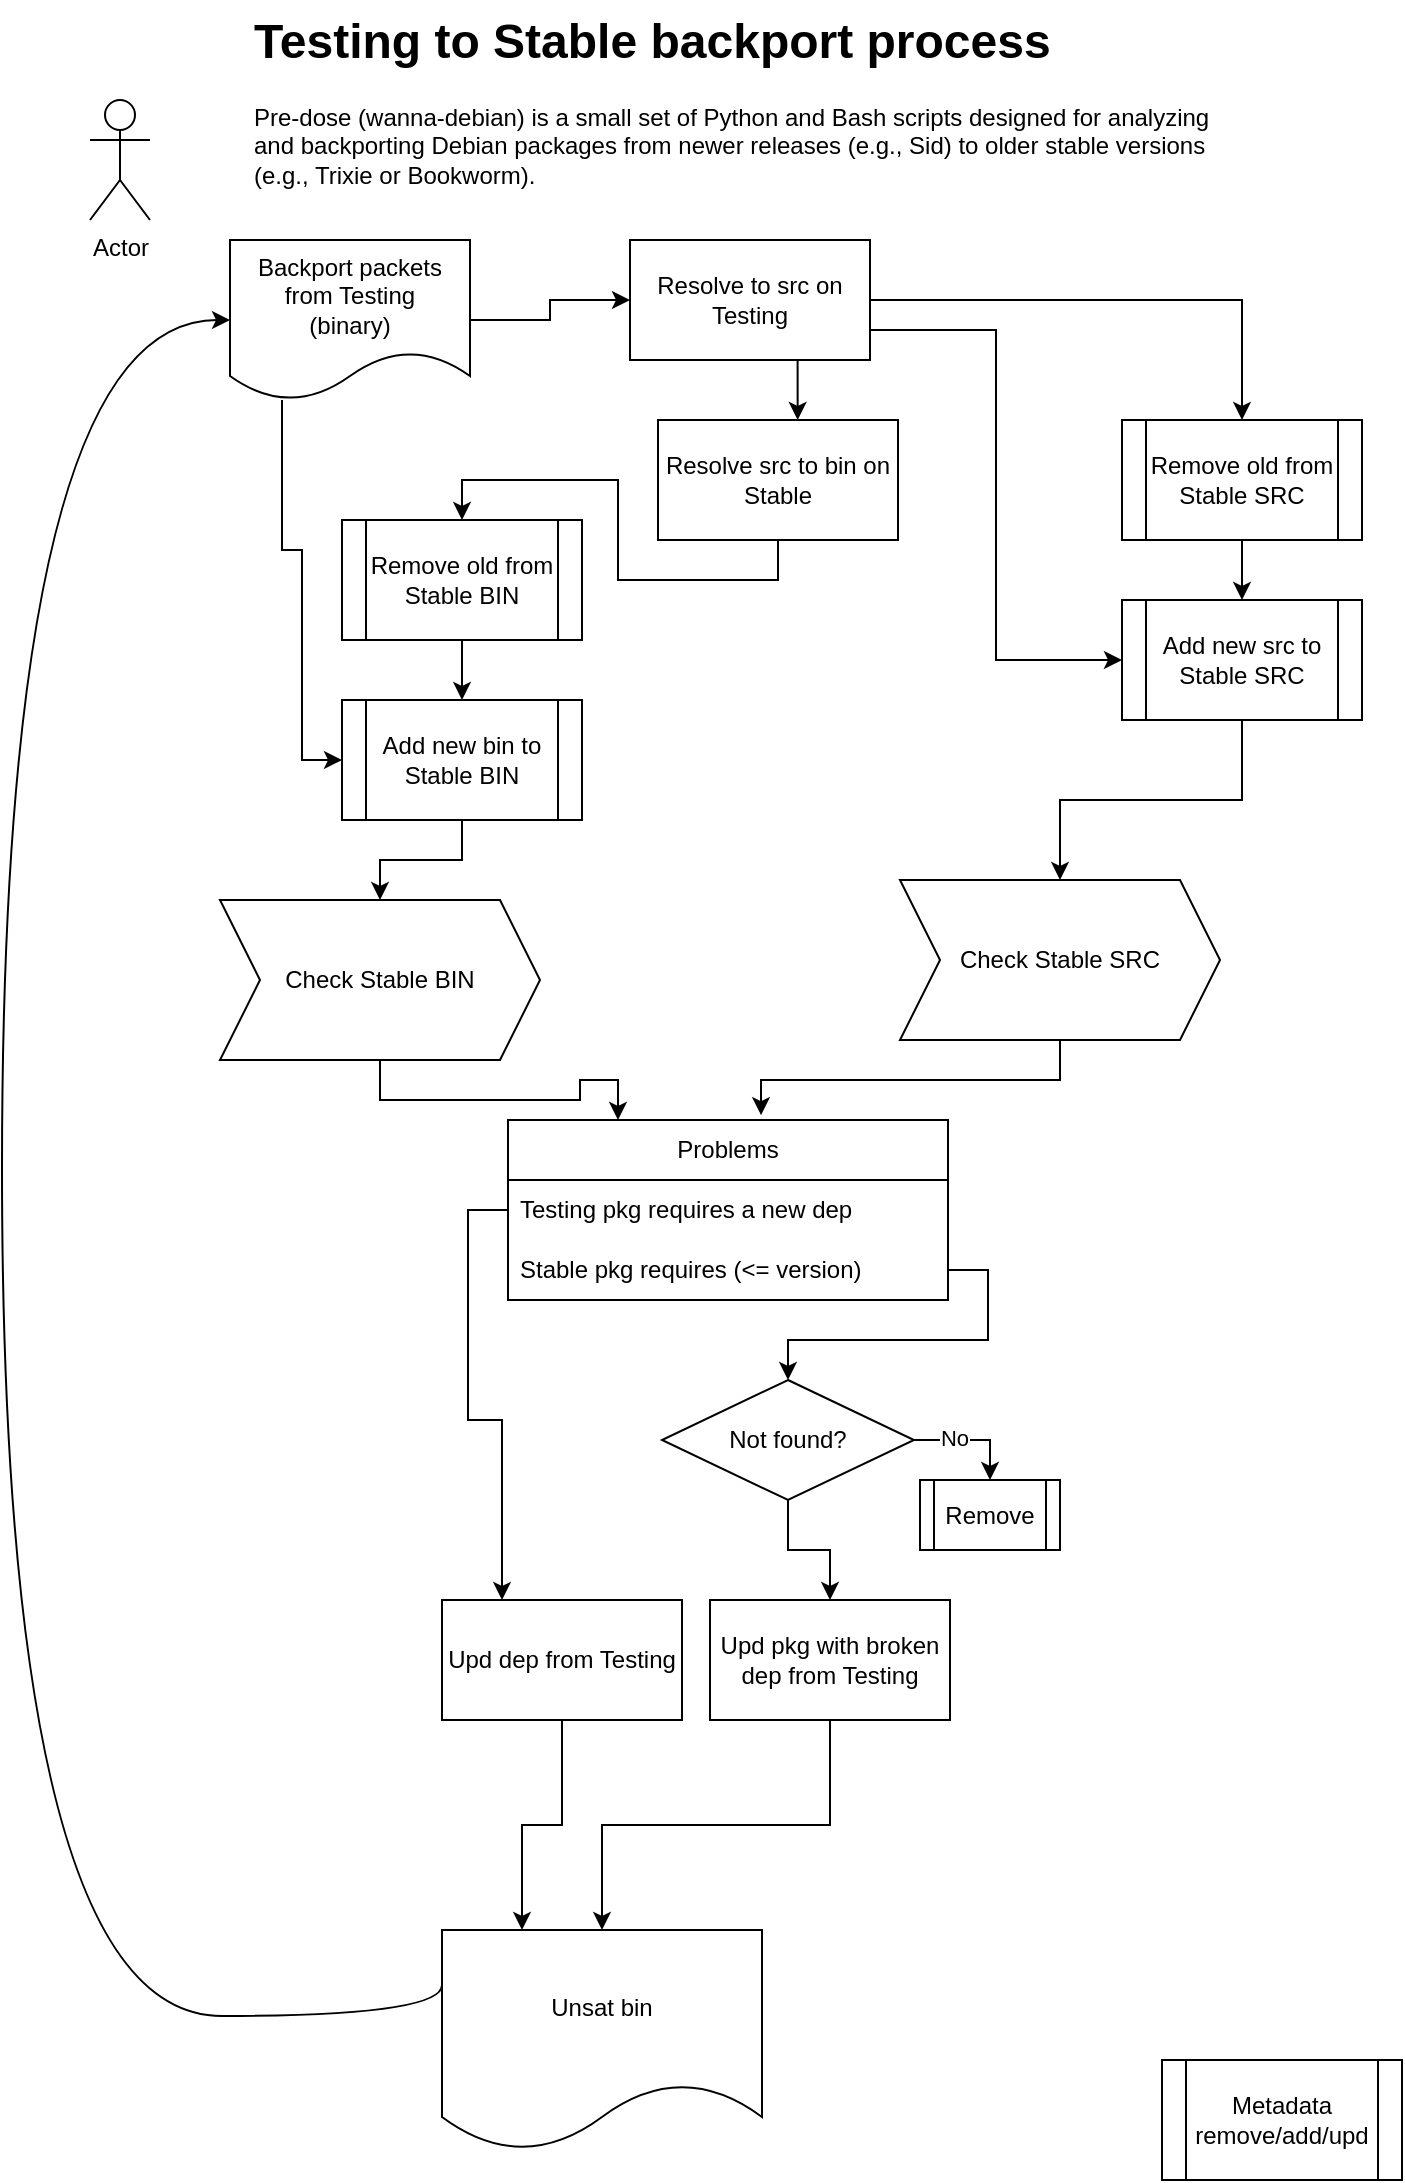
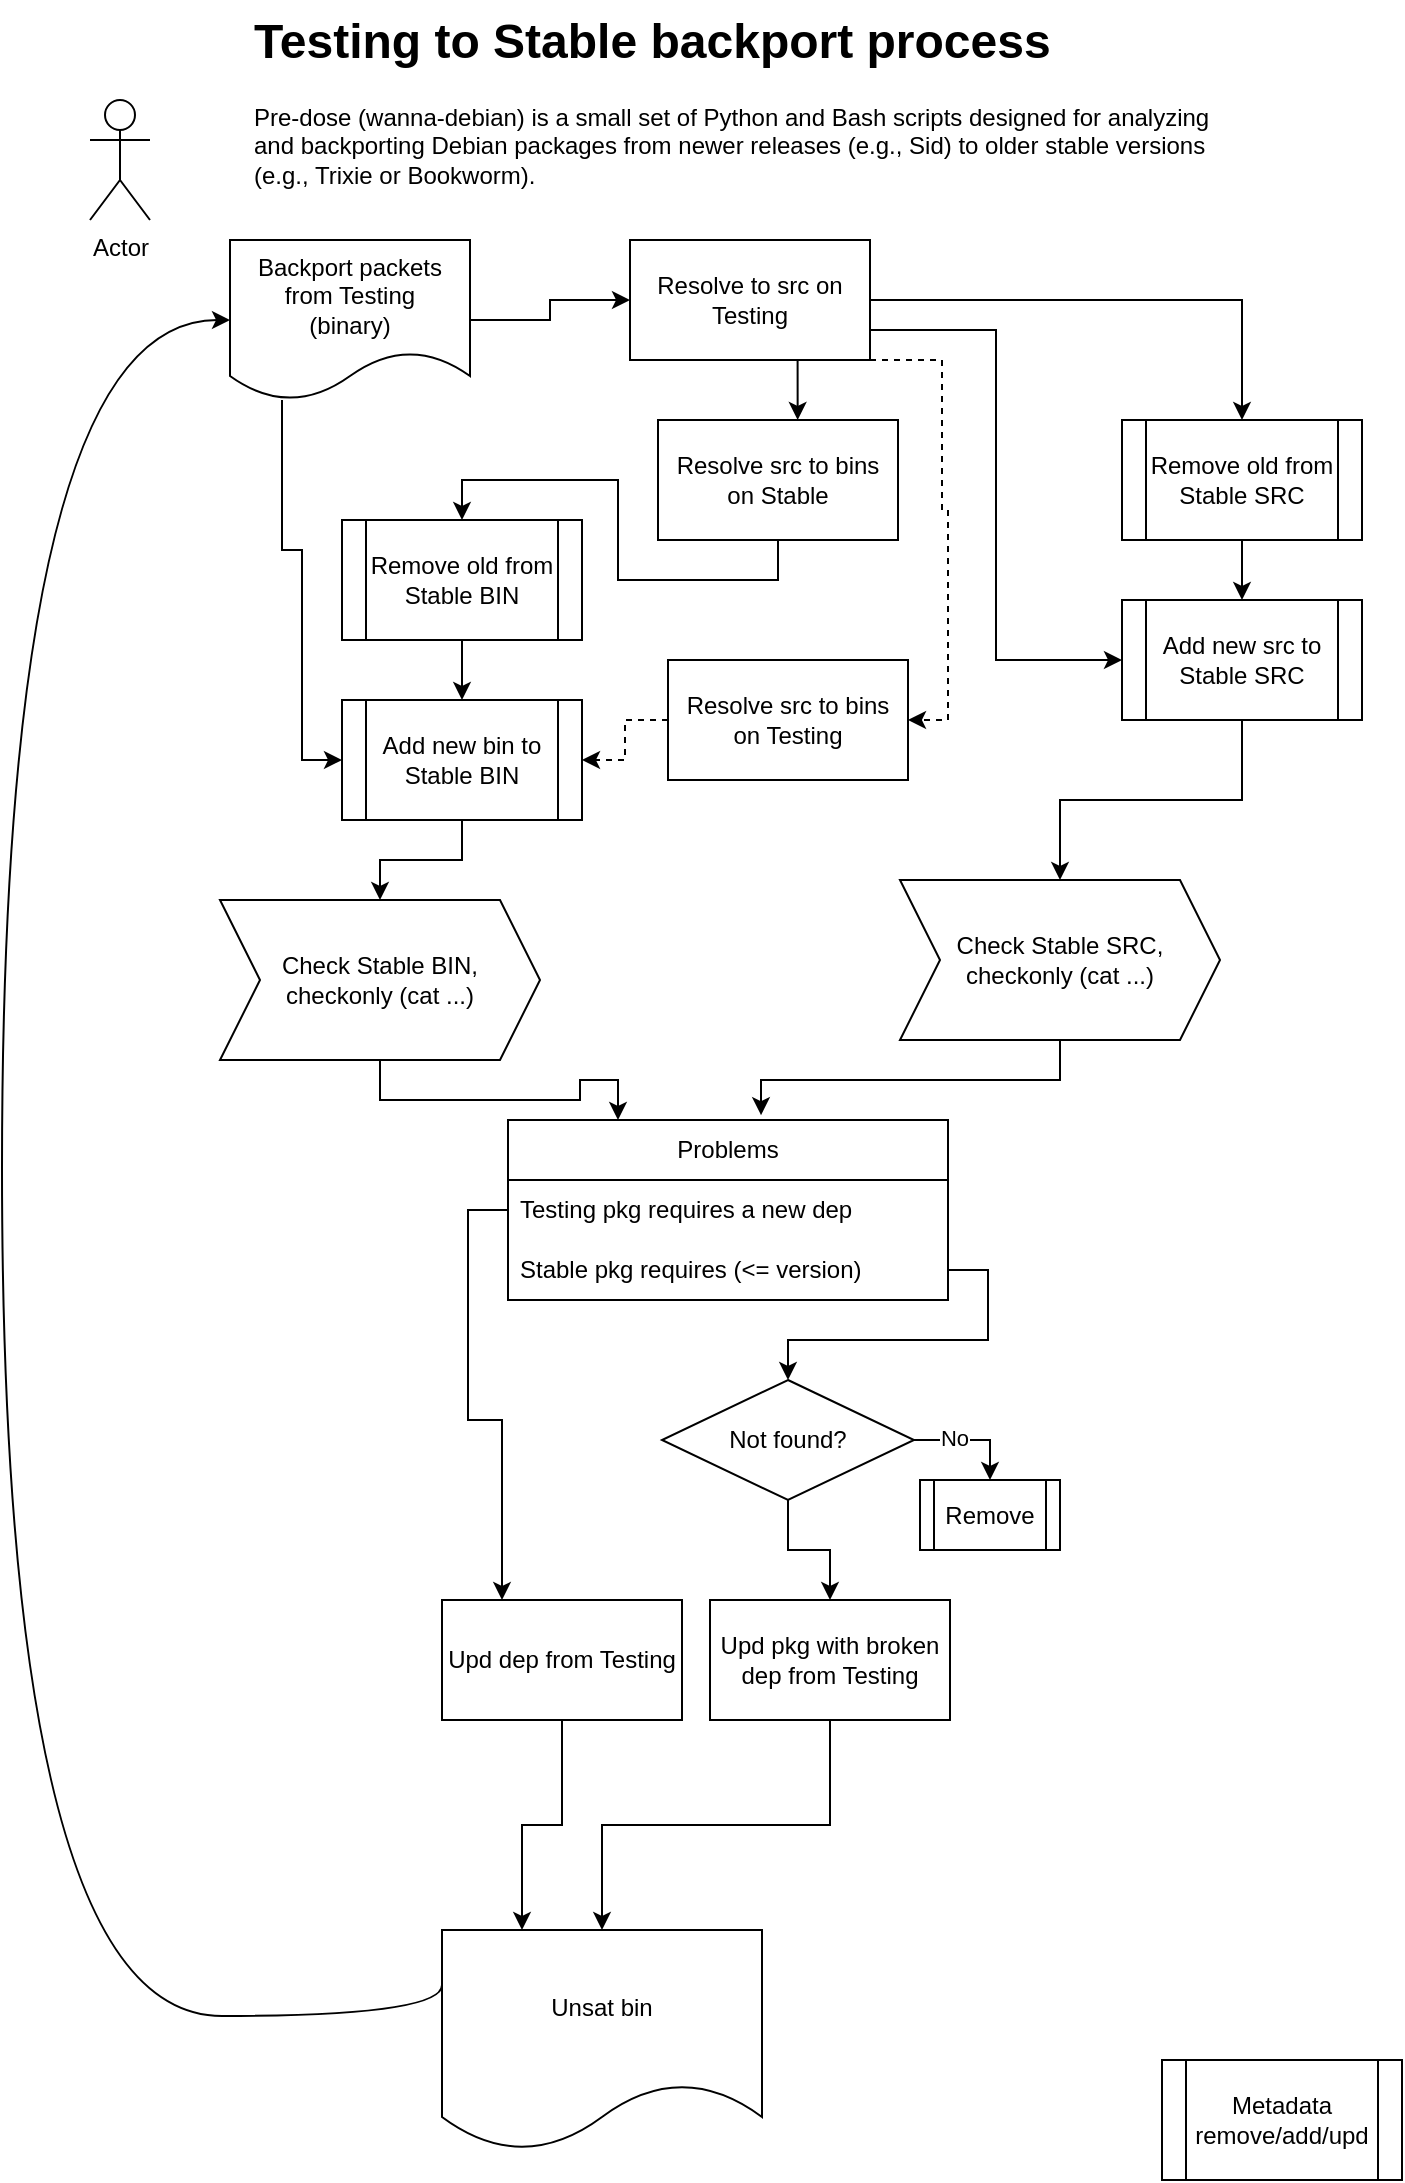
<mxfile host="Electron">
  <diagram id="C5RBs43oDa-KdzZeNtuy" name="Page-1">
-     <mxGraphModel dx="1086" dy="648" grid="1" gridSize="10" guides="1" tooltips="1" connect="1" arrows="1" fold="1" page="1" pageScale="1" pageWidth="827" pageHeight="1169" math="0" shadow="0">
+     <mxGraphModel dx="1284" dy="765" grid="1" gridSize="10" guides="1" tooltips="1" connect="1" arrows="1" fold="1" page="1" pageScale="1" pageWidth="827" pageHeight="1169" math="0" shadow="0">
      <root>
        <mxCell id="WIyWlLk6GJQsqaUBKTNV-0" />
        <mxCell id="WIyWlLk6GJQsqaUBKTNV-1" parent="WIyWlLk6GJQsqaUBKTNV-0" />
        <mxCell id="jdkO46tf3qpjO2ybV3Zm-0" parent="WIyWlLk6GJQsqaUBKTNV-1" style="shape=umlActor;verticalLabelPosition=bottom;verticalAlign=top;html=1;outlineConnect=0;" value="Actor" vertex="1">
          <mxGeometry height="60" width="30" x="94" y="80" as="geometry" />
        </mxCell>
        <mxCell id="jdkO46tf3qpjO2ybV3Zm-3" edge="1" parent="WIyWlLk6GJQsqaUBKTNV-1" source="jdkO46tf3qpjO2ybV3Zm-1" style="edgeStyle=orthogonalEdgeStyle;rounded=0;orthogonalLoop=1;jettySize=auto;html=1;entryX=0;entryY=0.5;entryDx=0;entryDy=0;" target="jdkO46tf3qpjO2ybV3Zm-2">
          <mxGeometry relative="1" as="geometry" />
        </mxCell>
        <mxCell id="4IcmTThSWF4IWx9KLtXi-7" edge="1" parent="WIyWlLk6GJQsqaUBKTNV-1" source="jdkO46tf3qpjO2ybV3Zm-1" style="edgeStyle=orthogonalEdgeStyle;rounded=0;orthogonalLoop=1;jettySize=auto;html=1;entryX=0;entryY=0.5;entryDx=0;entryDy=0;" target="jdkO46tf3qpjO2ybV3Zm-13">
          <mxGeometry relative="1" as="geometry">
            <Array as="points">
              <mxPoint x="190" y="305" />
              <mxPoint x="200" y="305" />
              <mxPoint x="200" y="410" />
            </Array>
          </mxGeometry>
        </mxCell>
        <mxCell id="jdkO46tf3qpjO2ybV3Zm-1" parent="WIyWlLk6GJQsqaUBKTNV-1" style="shape=document;whiteSpace=wrap;html=1;boundedLbl=1;" value="Backport packets from Testing&lt;br&gt;(binary)" vertex="1">
          <mxGeometry height="80" width="120" x="164" y="150" as="geometry" />
        </mxCell>
        <mxCell id="jdkO46tf3qpjO2ybV3Zm-6" edge="1" parent="WIyWlLk6GJQsqaUBKTNV-1" source="jdkO46tf3qpjO2ybV3Zm-2" style="edgeStyle=orthogonalEdgeStyle;rounded=0;orthogonalLoop=1;jettySize=auto;html=1;entryX=0.5;entryY=0;entryDx=0;entryDy=0;" target="jdkO46tf3qpjO2ybV3Zm-5">
          <mxGeometry relative="1" as="geometry" />
        </mxCell>
+         <mxCell id="K2joIcQUg46PM5A2mCq8-2" edge="1" parent="WIyWlLk6GJQsqaUBKTNV-1" source="jdkO46tf3qpjO2ybV3Zm-2" style="edgeStyle=orthogonalEdgeStyle;rounded=0;orthogonalLoop=1;jettySize=auto;html=1;exitX=1;exitY=1;exitDx=0;exitDy=0;entryX=1;entryY=0.5;entryDx=0;entryDy=0;dashed=1;" target="K2joIcQUg46PM5A2mCq8-0">
+           <mxGeometry relative="1" as="geometry">
+             <Array as="points">
+               <mxPoint x="520" y="210" />
+               <mxPoint x="520" y="285" />
+               <mxPoint x="523" y="285" />
+               <mxPoint x="523" y="390" />
+             </Array>
+           </mxGeometry>
+         </mxCell>
        <mxCell id="jdkO46tf3qpjO2ybV3Zm-2" parent="WIyWlLk6GJQsqaUBKTNV-1" style="rounded=0;whiteSpace=wrap;html=1;" value="Resolve to src on Testing" vertex="1">
          <mxGeometry height="60" width="120" x="364" y="150" as="geometry" />
        </mxCell>
        <mxCell id="jdkO46tf3qpjO2ybV3Zm-17" edge="1" parent="WIyWlLk6GJQsqaUBKTNV-1" source="jdkO46tf3qpjO2ybV3Zm-5" style="edgeStyle=orthogonalEdgeStyle;rounded=0;orthogonalLoop=1;jettySize=auto;html=1;entryX=0.5;entryY=0;entryDx=0;entryDy=0;" target="jdkO46tf3qpjO2ybV3Zm-16">
          <mxGeometry relative="1" as="geometry" />
        </mxCell>
        <mxCell id="jdkO46tf3qpjO2ybV3Zm-5" parent="WIyWlLk6GJQsqaUBKTNV-1" style="shape=process;whiteSpace=wrap;html=1;backgroundOutline=1;" value="Remove old from Stable SRC" vertex="1">
          <mxGeometry height="60" width="120" x="610" y="240" as="geometry" />
        </mxCell>
        <mxCell id="jdkO46tf3qpjO2ybV3Zm-10" edge="1" parent="WIyWlLk6GJQsqaUBKTNV-1" source="jdkO46tf3qpjO2ybV3Zm-7" style="edgeStyle=orthogonalEdgeStyle;rounded=0;orthogonalLoop=1;jettySize=auto;html=1;entryX=0.5;entryY=0;entryDx=0;entryDy=0;exitX=0.5;exitY=1;exitDx=0;exitDy=0;" target="jdkO46tf3qpjO2ybV3Zm-9">
          <mxGeometry relative="1" as="geometry" />
        </mxCell>
        <mxCell id="jdkO46tf3qpjO2ybV3Zm-18" edge="1" parent="WIyWlLk6GJQsqaUBKTNV-1" source="jdkO46tf3qpjO2ybV3Zm-2" style="edgeStyle=orthogonalEdgeStyle;rounded=0;orthogonalLoop=1;jettySize=auto;html=1;entryX=0;entryY=0.5;entryDx=0;entryDy=0;exitX=1;exitY=0.75;exitDx=0;exitDy=0;" target="jdkO46tf3qpjO2ybV3Zm-16">
          <mxGeometry relative="1" as="geometry">
            <mxPoint x="484" y="200" as="sourcePoint" />
          </mxGeometry>
        </mxCell>
-         <mxCell id="jdkO46tf3qpjO2ybV3Zm-7" parent="WIyWlLk6GJQsqaUBKTNV-1" style="rounded=0;whiteSpace=wrap;html=1;" value="Resolve src to bin on Stable" vertex="1">
+         <mxCell id="jdkO46tf3qpjO2ybV3Zm-7" parent="WIyWlLk6GJQsqaUBKTNV-1" style="rounded=0;whiteSpace=wrap;html=1;" value="Resolve src to bins on Stable" vertex="1">
          <mxGeometry height="60" width="120" x="378" y="240" as="geometry" />
        </mxCell>
        <mxCell id="jdkO46tf3qpjO2ybV3Zm-8" edge="1" parent="WIyWlLk6GJQsqaUBKTNV-1" source="jdkO46tf3qpjO2ybV3Zm-2" style="edgeStyle=orthogonalEdgeStyle;rounded=0;orthogonalLoop=1;jettySize=auto;html=1;exitX=0.75;exitY=1;exitDx=0;exitDy=0;entryX=0.582;entryY=0;entryDx=0;entryDy=0;entryPerimeter=0;" target="jdkO46tf3qpjO2ybV3Zm-7">
          <mxGeometry relative="1" as="geometry" />
        </mxCell>
        <mxCell id="jdkO46tf3qpjO2ybV3Zm-14" edge="1" parent="WIyWlLk6GJQsqaUBKTNV-1" source="jdkO46tf3qpjO2ybV3Zm-9" style="edgeStyle=orthogonalEdgeStyle;rounded=0;orthogonalLoop=1;jettySize=auto;html=1;entryX=0.5;entryY=0;entryDx=0;entryDy=0;" target="jdkO46tf3qpjO2ybV3Zm-13">
          <mxGeometry relative="1" as="geometry" />
        </mxCell>
        <mxCell id="jdkO46tf3qpjO2ybV3Zm-9" parent="WIyWlLk6GJQsqaUBKTNV-1" style="shape=process;whiteSpace=wrap;html=1;backgroundOutline=1;" value="Remove old from Stable BIN" vertex="1">
          <mxGeometry height="60" width="120" x="220" y="290" as="geometry" />
        </mxCell>
        <mxCell id="jdkO46tf3qpjO2ybV3Zm-49" edge="1" parent="WIyWlLk6GJQsqaUBKTNV-1" source="jdkO46tf3qpjO2ybV3Zm-11" style="edgeStyle=orthogonalEdgeStyle;rounded=0;orthogonalLoop=1;jettySize=auto;html=1;entryX=0.575;entryY=-0.027;entryDx=0;entryDy=0;entryPerimeter=0;" target="jdkO46tf3qpjO2ybV3Zm-28">
          <mxGeometry relative="1" as="geometry">
            <mxPoint x="579" y="580" as="targetPoint" />
          </mxGeometry>
        </mxCell>
-         <mxCell id="jdkO46tf3qpjO2ybV3Zm-11" parent="WIyWlLk6GJQsqaUBKTNV-1" style="shape=step;perimeter=stepPerimeter;whiteSpace=wrap;html=1;fixedSize=1;" value="Check Stable SRC" vertex="1">
+         <mxCell id="jdkO46tf3qpjO2ybV3Zm-11" parent="WIyWlLk6GJQsqaUBKTNV-1" style="shape=step;perimeter=stepPerimeter;whiteSpace=wrap;html=1;fixedSize=1;" value="Check Stable SRC,&lt;br&gt;checkonly (cat ...)" vertex="1">
          <mxGeometry height="80" width="160" x="499" y="470" as="geometry" />
        </mxCell>
        <mxCell id="jdkO46tf3qpjO2ybV3Zm-36" edge="1" parent="WIyWlLk6GJQsqaUBKTNV-1" source="jdkO46tf3qpjO2ybV3Zm-12" style="edgeStyle=orthogonalEdgeStyle;rounded=0;orthogonalLoop=1;jettySize=auto;html=1;entryX=0.25;entryY=0;entryDx=0;entryDy=0;" target="jdkO46tf3qpjO2ybV3Zm-28">
          <mxGeometry relative="1" as="geometry" />
        </mxCell>
-         <mxCell id="jdkO46tf3qpjO2ybV3Zm-12" parent="WIyWlLk6GJQsqaUBKTNV-1" style="shape=step;perimeter=stepPerimeter;whiteSpace=wrap;html=1;fixedSize=1;" value="Check Stable BIN" vertex="1">
+         <mxCell id="jdkO46tf3qpjO2ybV3Zm-12" parent="WIyWlLk6GJQsqaUBKTNV-1" style="shape=step;perimeter=stepPerimeter;whiteSpace=wrap;html=1;fixedSize=1;" value="Check Stable BIN,&lt;br&gt;checkonly (cat ...)" vertex="1">
          <mxGeometry height="80" width="160" x="159" y="480" as="geometry" />
        </mxCell>
        <mxCell id="jdkO46tf3qpjO2ybV3Zm-19" edge="1" parent="WIyWlLk6GJQsqaUBKTNV-1" source="jdkO46tf3qpjO2ybV3Zm-13" style="edgeStyle=orthogonalEdgeStyle;rounded=0;orthogonalLoop=1;jettySize=auto;html=1;entryX=0.5;entryY=0;entryDx=0;entryDy=0;" target="jdkO46tf3qpjO2ybV3Zm-12">
          <mxGeometry relative="1" as="geometry" />
        </mxCell>
        <mxCell id="jdkO46tf3qpjO2ybV3Zm-13" parent="WIyWlLk6GJQsqaUBKTNV-1" style="shape=process;whiteSpace=wrap;html=1;backgroundOutline=1;" value="Add new bin to Stable BIN" vertex="1">
          <mxGeometry height="60" width="120" x="220" y="380" as="geometry" />
        </mxCell>
        <mxCell id="jdkO46tf3qpjO2ybV3Zm-20" edge="1" parent="WIyWlLk6GJQsqaUBKTNV-1" source="jdkO46tf3qpjO2ybV3Zm-16" style="edgeStyle=orthogonalEdgeStyle;rounded=0;orthogonalLoop=1;jettySize=auto;html=1;" target="jdkO46tf3qpjO2ybV3Zm-11">
          <mxGeometry relative="1" as="geometry" />
        </mxCell>
        <mxCell id="jdkO46tf3qpjO2ybV3Zm-16" parent="WIyWlLk6GJQsqaUBKTNV-1" style="shape=process;whiteSpace=wrap;html=1;backgroundOutline=1;" value="Add new src to Stable SRC" vertex="1">
          <mxGeometry height="60" width="120" x="610" y="330" as="geometry" />
        </mxCell>
        <mxCell id="jdkO46tf3qpjO2ybV3Zm-28" parent="WIyWlLk6GJQsqaUBKTNV-1" style="swimlane;fontStyle=0;childLayout=stackLayout;horizontal=1;startSize=30;horizontalStack=0;resizeParent=1;resizeParentMax=0;resizeLast=0;collapsible=1;marginBottom=0;whiteSpace=wrap;html=1;" value="Problems" vertex="1">
          <mxGeometry height="90" width="220" x="303" y="590" as="geometry">
            <mxRectangle height="30" width="90" x="500" y="830" as="alternateBounds" />
          </mxGeometry>
        </mxCell>
        <mxCell id="jdkO46tf3qpjO2ybV3Zm-29" parent="jdkO46tf3qpjO2ybV3Zm-28" style="text;strokeColor=none;fillColor=none;align=left;verticalAlign=middle;spacingLeft=4;spacingRight=4;overflow=hidden;points=[[0,0.5],[1,0.5]];portConstraint=eastwest;rotatable=0;whiteSpace=wrap;html=1;" value="Testing pkg requires a new dep" vertex="1">
          <mxGeometry height="30" width="220" y="30" as="geometry" />
        </mxCell>
        <mxCell id="jdkO46tf3qpjO2ybV3Zm-30" parent="jdkO46tf3qpjO2ybV3Zm-28" style="text;strokeColor=none;fillColor=none;align=left;verticalAlign=middle;spacingLeft=4;spacingRight=4;overflow=hidden;points=[[0,0.5],[1,0.5]];portConstraint=eastwest;rotatable=0;whiteSpace=wrap;html=1;" value="Stable pkg requires (&amp;lt;= version)" vertex="1">
          <mxGeometry height="30" width="220" y="60" as="geometry" />
        </mxCell>
        <mxCell id="jdkO46tf3qpjO2ybV3Zm-53" edge="1" parent="WIyWlLk6GJQsqaUBKTNV-1" source="jdkO46tf3qpjO2ybV3Zm-33" style="edgeStyle=orthogonalEdgeStyle;rounded=0;orthogonalLoop=1;jettySize=auto;html=1;entryX=0.25;entryY=0;entryDx=0;entryDy=0;" target="jdkO46tf3qpjO2ybV3Zm-35">
          <mxGeometry relative="1" as="geometry" />
        </mxCell>
        <mxCell id="jdkO46tf3qpjO2ybV3Zm-33" parent="WIyWlLk6GJQsqaUBKTNV-1" style="rounded=0;whiteSpace=wrap;html=1;" value="Upd dep from Testing" vertex="1">
          <mxGeometry height="60" width="120" x="270" y="830" as="geometry" />
        </mxCell>
        <mxCell id="jdkO46tf3qpjO2ybV3Zm-54" edge="1" parent="WIyWlLk6GJQsqaUBKTNV-1" source="jdkO46tf3qpjO2ybV3Zm-34" style="edgeStyle=orthogonalEdgeStyle;rounded=0;orthogonalLoop=1;jettySize=auto;html=1;entryX=0.5;entryY=0;entryDx=0;entryDy=0;" target="jdkO46tf3qpjO2ybV3Zm-35">
          <mxGeometry relative="1" as="geometry" />
        </mxCell>
        <mxCell id="jdkO46tf3qpjO2ybV3Zm-34" parent="WIyWlLk6GJQsqaUBKTNV-1" style="rounded=0;whiteSpace=wrap;html=1;" value="Upd pkg with broken dep from Testing" vertex="1">
          <mxGeometry height="60" width="120" x="404" y="830" as="geometry" />
        </mxCell>
        <mxCell id="jdkO46tf3qpjO2ybV3Zm-52" edge="1" parent="WIyWlLk6GJQsqaUBKTNV-1" source="jdkO46tf3qpjO2ybV3Zm-35" style="edgeStyle=orthogonalEdgeStyle;rounded=0;orthogonalLoop=1;jettySize=auto;html=1;curved=1;entryX=0;entryY=0.5;entryDx=0;entryDy=0;exitX=0;exitY=0.25;exitDx=0;exitDy=0;" target="jdkO46tf3qpjO2ybV3Zm-1">
          <mxGeometry relative="1" as="geometry">
            <Array as="points">
              <mxPoint x="50" y="1038" />
              <mxPoint x="50" y="190" />
            </Array>
            <mxPoint x="70" y="190" as="targetPoint" />
          </mxGeometry>
        </mxCell>
        <mxCell id="jdkO46tf3qpjO2ybV3Zm-35" parent="WIyWlLk6GJQsqaUBKTNV-1" style="shape=document;whiteSpace=wrap;html=1;boundedLbl=1;" value="Unsat bin" vertex="1">
          <mxGeometry height="110" width="160" x="270" y="995" as="geometry" />
        </mxCell>
        <mxCell id="jdkO46tf3qpjO2ybV3Zm-37" parent="WIyWlLk6GJQsqaUBKTNV-1" style="text;html=1;whiteSpace=wrap;overflow=hidden;rounded=0;" value="&lt;h1 style=&quot;margin-top: 0px;&quot;&gt;Testing to Stable backport process&lt;/h1&gt;&lt;p&gt;Pre-dose (wanna-debian) is a small set of Python and Bash scripts designed for analyzing and backporting Debian packages from&amp;nbsp;&lt;span style=&quot;background-color: transparent; color: light-dark(rgb(0, 0, 0), rgb(255, 255, 255));&quot;&gt;newer releases (e.g., Sid) to older stable versions (e.g., Trixie or Bookworm).&lt;/span&gt;&lt;/p&gt;" vertex="1">
          <mxGeometry height="120" width="500" x="174" y="30" as="geometry" />
        </mxCell>
        <mxCell id="jdkO46tf3qpjO2ybV3Zm-43" edge="1" parent="WIyWlLk6GJQsqaUBKTNV-1" source="jdkO46tf3qpjO2ybV3Zm-29" style="edgeStyle=orthogonalEdgeStyle;rounded=0;orthogonalLoop=1;jettySize=auto;html=1;entryX=0.25;entryY=0;entryDx=0;entryDy=0;" target="jdkO46tf3qpjO2ybV3Zm-33">
          <mxGeometry relative="1" as="geometry" />
        </mxCell>
        <mxCell id="jdkO46tf3qpjO2ybV3Zm-44" edge="1" parent="WIyWlLk6GJQsqaUBKTNV-1" source="jdkO46tf3qpjO2ybV3Zm-30" style="edgeStyle=orthogonalEdgeStyle;rounded=0;orthogonalLoop=1;jettySize=auto;html=1;entryX=0.5;entryY=0;entryDx=0;entryDy=0;" target="4IcmTThSWF4IWx9KLtXi-3">
          <mxGeometry relative="1" as="geometry">
            <mxPoint x="500" y="750" as="targetPoint" />
          </mxGeometry>
        </mxCell>
        <mxCell id="jdkO46tf3qpjO2ybV3Zm-61" parent="WIyWlLk6GJQsqaUBKTNV-1" style="shape=process;whiteSpace=wrap;html=1;backgroundOutline=1;" value="Remove" vertex="1">
          <mxGeometry height="35" width="70" x="509" y="770" as="geometry" />
        </mxCell>
        <mxCell id="4IcmTThSWF4IWx9KLtXi-4" edge="1" parent="WIyWlLk6GJQsqaUBKTNV-1" source="4IcmTThSWF4IWx9KLtXi-3" style="edgeStyle=orthogonalEdgeStyle;rounded=0;orthogonalLoop=1;jettySize=auto;html=1;exitX=1;exitY=0.5;exitDx=0;exitDy=0;entryX=0.5;entryY=0;entryDx=0;entryDy=0;" target="jdkO46tf3qpjO2ybV3Zm-61">
          <mxGeometry relative="1" as="geometry" />
        </mxCell>
        <mxCell id="4IcmTThSWF4IWx9KLtXi-5" connectable="0" parent="4IcmTThSWF4IWx9KLtXi-4" style="edgeLabel;html=1;align=center;verticalAlign=middle;resizable=0;points=[];" value="No" vertex="1">
          <mxGeometry relative="1" x="-0.3169" y="1" as="geometry">
            <mxPoint as="offset" />
          </mxGeometry>
        </mxCell>
        <mxCell id="4IcmTThSWF4IWx9KLtXi-6" edge="1" parent="WIyWlLk6GJQsqaUBKTNV-1" source="4IcmTThSWF4IWx9KLtXi-3" style="edgeStyle=orthogonalEdgeStyle;rounded=0;orthogonalLoop=1;jettySize=auto;html=1;exitX=0.5;exitY=1;exitDx=0;exitDy=0;entryX=0.5;entryY=0;entryDx=0;entryDy=0;" target="jdkO46tf3qpjO2ybV3Zm-34">
          <mxGeometry relative="1" as="geometry" />
        </mxCell>
        <mxCell id="4IcmTThSWF4IWx9KLtXi-3" parent="WIyWlLk6GJQsqaUBKTNV-1" style="rhombus;whiteSpace=wrap;html=1;" value="Not found?" vertex="1">
          <mxGeometry height="60" width="126" x="380" y="720" as="geometry" />
        </mxCell>
        <mxCell id="4IcmTThSWF4IWx9KLtXi-9" parent="WIyWlLk6GJQsqaUBKTNV-1" style="shape=process;whiteSpace=wrap;html=1;backgroundOutline=1;" value="Metadata remove/add/upd" vertex="1">
          <mxGeometry height="60" width="120" x="630" y="1060" as="geometry" />
        </mxCell>
+         <mxCell id="K2joIcQUg46PM5A2mCq8-1" edge="1" parent="WIyWlLk6GJQsqaUBKTNV-1" source="K2joIcQUg46PM5A2mCq8-0" style="edgeStyle=orthogonalEdgeStyle;rounded=0;orthogonalLoop=1;jettySize=auto;html=1;entryX=1;entryY=0.5;entryDx=0;entryDy=0;dashed=1;" target="jdkO46tf3qpjO2ybV3Zm-13">
+           <mxGeometry relative="1" as="geometry" />
+         </mxCell>
+         <mxCell id="K2joIcQUg46PM5A2mCq8-0" parent="WIyWlLk6GJQsqaUBKTNV-1" style="rounded=0;whiteSpace=wrap;html=1;" value="Resolve src to bins on Testing" vertex="1">
+           <mxGeometry height="60" width="120" x="383" y="360" as="geometry" />
+         </mxCell>
      </root>
    </mxGraphModel>
  </diagram>
</mxfile>
